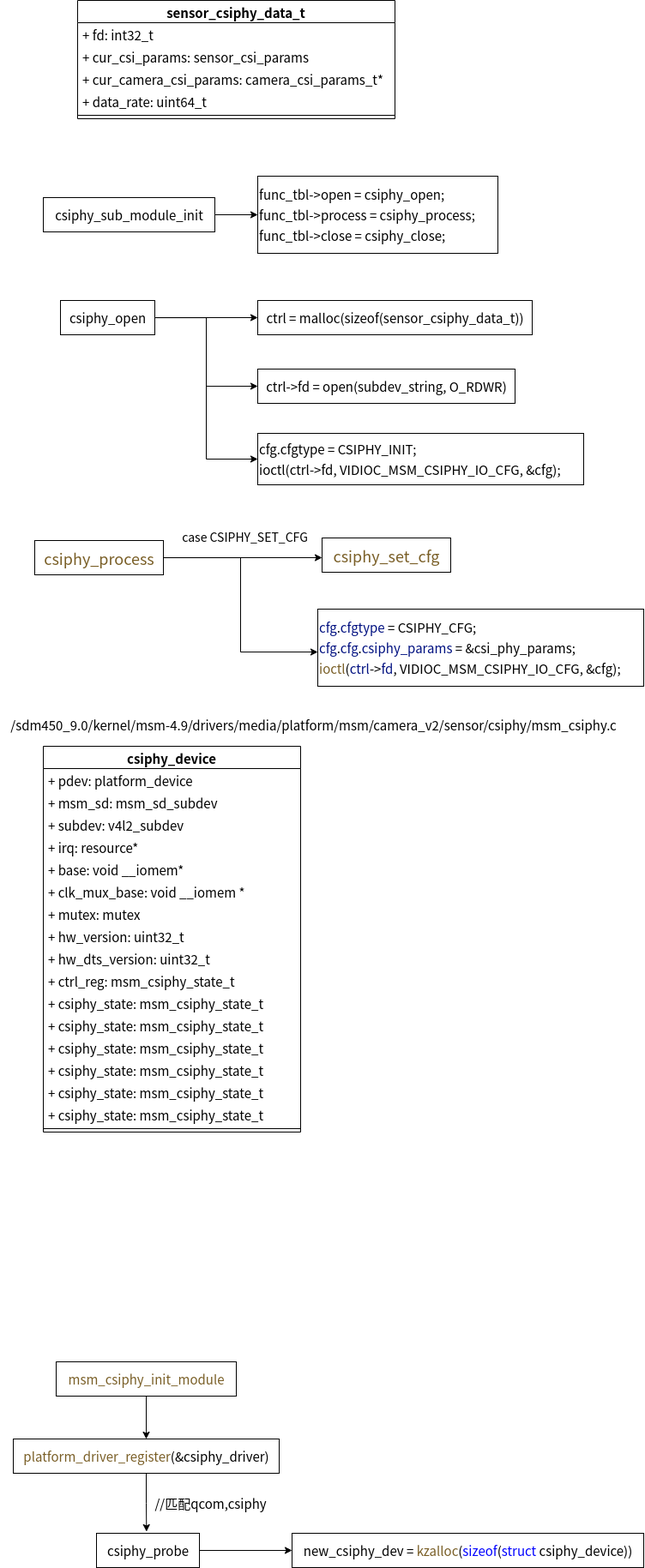
zhangmeizhen/test2 keeps this draw.io diagram as qcom mm-camera csiphy.png. Above is the earlier version. Source tidied: cells renumbered, new cells last; positions are measured from the earlier drawing's top-left corner, leaving out a move shared by most shapes.
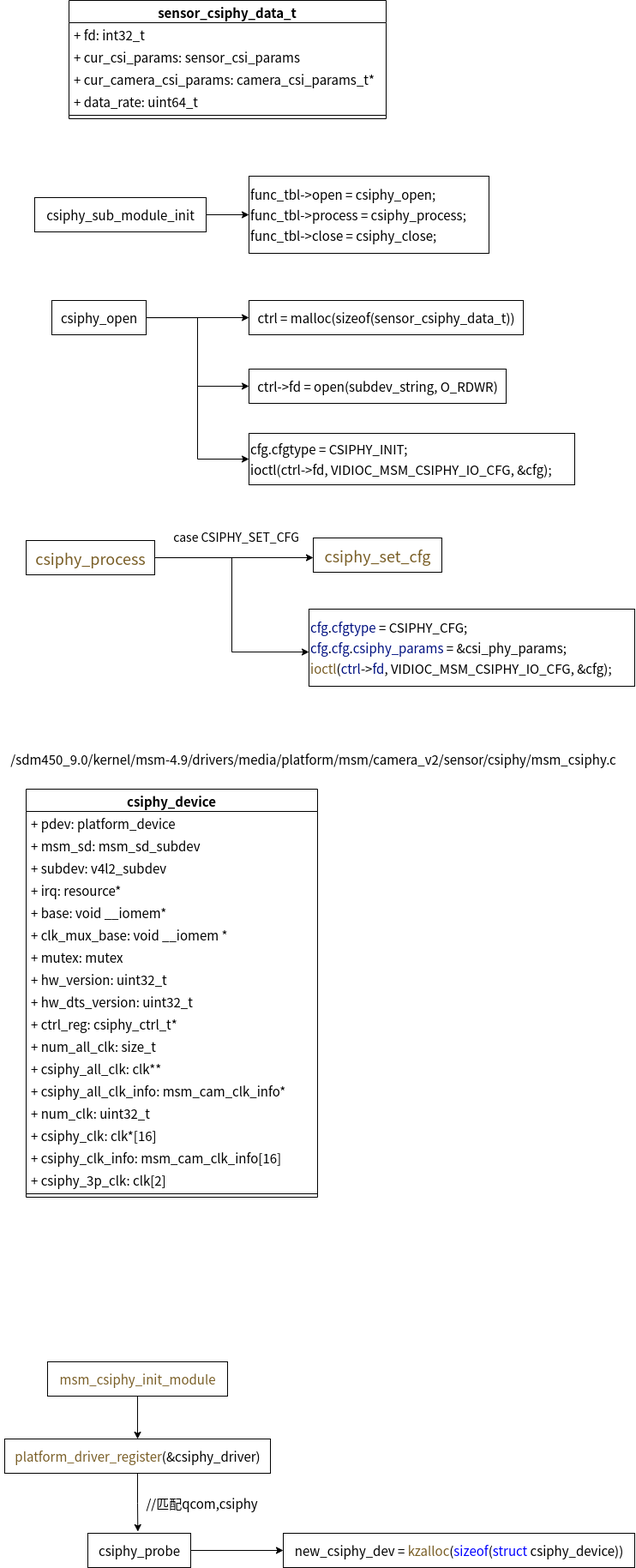
Later version of the same file.

Diff of the diagram source:
```diff
@@ -69,7 +69,7 @@
       <mxGeometry x="370" y="710" width="380" height="90" as="geometry" />
     </mxCell>
     <mxCell id="24" value="/sdm450_9.0/kernel/msm-4.9/drivers/media/platform/msm/camera_v2/sensor/csiphy/msm_csiphy.c" style="text;html=1;align=center;verticalAlign=middle;strokeColor=none;fillColor=none;fontSize=15;fontColor=#000000;" parent="1" vertex="1">
-      <mxGeometry y="830" width="730" height="30" as="geometry" />
+      <mxGeometry x="10" y="870" width="730" height="30" as="geometry" />
     </mxCell>
     <mxCell id="25" style="edgeStyle=orthogonalEdgeStyle;rounded=0;jettySize=auto;html=1;fontSize=15;fontColor=#000000;" parent="1" edge="1" source="26" target="28">
       <mxGeometry relative="1" as="geometry" />
@@ -96,58 +96,61 @@
       <mxGeometry x="340" y="1788" width="410" height="40" as="geometry" />
     </mxCell>
     <mxCell id="33" value="csiphy_device" style="swimlane;fontStyle=1;align=center;verticalAlign=top;horizontal=1;startSize=26;fontSize=15;fontColor=#000000;" parent="1" vertex="1">
-      <mxGeometry x="50" y="870" width="300" height="450" as="geometry" />
+      <mxGeometry x="40" y="920" width="340" height="476" as="geometry" />
     </mxCell>
     <mxCell id="34" value="+ pdev: platform_device" style="text;strokeColor=none;fillColor=none;align=left;verticalAlign=top;spacingLeft=4;spacingRight=4;overflow=hidden;fontSize=15;fontColor=#000000;" parent="33" vertex="1">
-      <mxGeometry y="26" width="300" height="26" as="geometry" />
+      <mxGeometry y="26" width="340" height="26" as="geometry" />
     </mxCell>
     <mxCell id="35" value="+ msm_sd: msm_sd_subdev" style="text;strokeColor=none;fillColor=none;align=left;verticalAlign=top;spacingLeft=4;spacingRight=4;overflow=hidden;fontSize=15;fontColor=#000000;" parent="33" vertex="1">
-      <mxGeometry y="52" width="300" height="26" as="geometry" />
+      <mxGeometry y="52" width="340" height="26" as="geometry" />
     </mxCell>
     <mxCell id="36" value="+ subdev: v4l2_subdev" style="text;strokeColor=none;fillColor=none;align=left;verticalAlign=top;spacingLeft=4;spacingRight=4;overflow=hidden;fontSize=15;fontColor=#000000;" parent="33" vertex="1">
-      <mxGeometry y="78" width="300" height="26" as="geometry" />
+      <mxGeometry y="78" width="340" height="26" as="geometry" />
     </mxCell>
     <mxCell id="37" value="+ irq: resource*" style="text;strokeColor=none;fillColor=none;align=left;verticalAlign=top;spacingLeft=4;spacingRight=4;overflow=hidden;fontSize=15;fontColor=#000000;" parent="33" vertex="1">
-      <mxGeometry y="104" width="300" height="26" as="geometry" />
+      <mxGeometry y="104" width="340" height="26" as="geometry" />
     </mxCell>
     <mxCell id="38" value="+ base: void __iomem*" style="text;strokeColor=none;fillColor=none;align=left;verticalAlign=top;spacingLeft=4;spacingRight=4;overflow=hidden;fontSize=15;fontColor=#000000;" parent="33" vertex="1">
-      <mxGeometry y="130" width="300" height="26" as="geometry" />
+      <mxGeometry y="130" width="340" height="26" as="geometry" />
     </mxCell>
     <mxCell id="39" value="+ clk_mux_base: void __iomem *" style="text;strokeColor=none;fillColor=none;align=left;verticalAlign=top;spacingLeft=4;spacingRight=4;overflow=hidden;fontSize=15;fontColor=#000000;" parent="33" vertex="1">
-      <mxGeometry y="156" width="300" height="26" as="geometry" />
+      <mxGeometry y="156" width="340" height="26" as="geometry" />
     </mxCell>
     <mxCell id="40" value="+ mutex: mutex" style="text;strokeColor=none;fillColor=none;align=left;verticalAlign=top;spacingLeft=4;spacingRight=4;overflow=hidden;fontSize=15;fontColor=#000000;" parent="33" vertex="1">
-      <mxGeometry y="182" width="300" height="26" as="geometry" />
+      <mxGeometry y="182" width="340" height="26" as="geometry" />
     </mxCell>
     <mxCell id="41" value="+ hw_version: uint32_t" style="text;strokeColor=none;fillColor=none;align=left;verticalAlign=top;spacingLeft=4;spacingRight=4;overflow=hidden;fontSize=15;fontColor=#000000;" parent="33" vertex="1">
-      <mxGeometry y="208" width="300" height="26" as="geometry" />
+      <mxGeometry y="208" width="340" height="26" as="geometry" />
     </mxCell>
     <mxCell id="42" value="+ hw_dts_version: uint32_t" style="text;strokeColor=none;fillColor=none;align=left;verticalAlign=top;spacingLeft=4;spacingRight=4;overflow=hidden;fontSize=15;fontColor=#000000;" parent="33" vertex="1">
-      <mxGeometry y="234" width="300" height="26" as="geometry" />
+      <mxGeometry y="234" width="340" height="26" as="geometry" />
     </mxCell>
-    <mxCell id="43" value="+ ctrl_reg: msm_csiphy_state_t" style="text;strokeColor=none;fillColor=none;align=left;verticalAlign=top;spacingLeft=4;spacingRight=4;overflow=hidden;fontSize=15;fontColor=#000000;" parent="33" vertex="1">
-      <mxGeometry y="260" width="300" height="26" as="geometry" />
+    <mxCell id="43" value="+ ctrl_reg: csiphy_ctrl_t*" style="text;strokeColor=none;fillColor=none;align=left;verticalAlign=top;spacingLeft=4;spacingRight=4;overflow=hidden;fontSize=15;fontColor=#000000;" parent="33" vertex="1">
+      <mxGeometry y="260" width="340" height="26" as="geometry" />
     </mxCell>
-    <mxCell id="44" value="+ csiphy_state: msm_csiphy_state_t" style="text;strokeColor=none;fillColor=none;align=left;verticalAlign=top;spacingLeft=4;spacingRight=4;overflow=hidden;fontSize=15;fontColor=#000000;" parent="33" vertex="1">
-      <mxGeometry y="286" width="300" height="26" as="geometry" />
+    <mxCell id="44" value="+ num_all_clk: size_t" style="text;strokeColor=none;fillColor=none;align=left;verticalAlign=top;spacingLeft=4;spacingRight=4;overflow=hidden;fontSize=15;fontColor=#000000;" parent="33" vertex="1">
+      <mxGeometry y="286" width="340" height="26" as="geometry" />
     </mxCell>
-    <mxCell id="45" value="+ csiphy_state: msm_csiphy_state_t" style="text;strokeColor=none;fillColor=none;align=left;verticalAlign=top;spacingLeft=4;spacingRight=4;overflow=hidden;fontSize=15;fontColor=#000000;" parent="33" vertex="1">
-      <mxGeometry y="312" width="300" height="26" as="geometry" />
+    <mxCell id="45" value="+ csiphy_all_clk: clk**" style="text;strokeColor=none;fillColor=none;align=left;verticalAlign=top;spacingLeft=4;spacingRight=4;overflow=hidden;fontSize=15;fontColor=#000000;" parent="33" vertex="1">
+      <mxGeometry y="312" width="340" height="26" as="geometry" />
     </mxCell>
-    <mxCell id="46" value="+ csiphy_state: msm_csiphy_state_t" style="text;strokeColor=none;fillColor=none;align=left;verticalAlign=top;spacingLeft=4;spacingRight=4;overflow=hidden;fontSize=15;fontColor=#000000;" parent="33" vertex="1">
-      <mxGeometry y="338" width="300" height="26" as="geometry" />
+    <mxCell id="46" value="+ csiphy_all_clk_info: msm_cam_clk_info*" style="text;strokeColor=none;fillColor=none;align=left;verticalAlign=top;spacingLeft=4;spacingRight=4;overflow=hidden;fontSize=15;fontColor=#000000;" parent="33" vertex="1">
+      <mxGeometry y="338" width="340" height="26" as="geometry" />
     </mxCell>
-    <mxCell id="47" value="+ csiphy_state: msm_csiphy_state_t" style="text;strokeColor=none;fillColor=none;align=left;verticalAlign=top;spacingLeft=4;spacingRight=4;overflow=hidden;fontSize=15;fontColor=#000000;" parent="33" vertex="1">
-      <mxGeometry y="364" width="300" height="26" as="geometry" />
+    <mxCell id="47" value="+ num_clk: uint32_t" style="text;strokeColor=none;fillColor=none;align=left;verticalAlign=top;spacingLeft=4;spacingRight=4;overflow=hidden;fontSize=15;fontColor=#000000;" parent="33" vertex="1">
+      <mxGeometry y="364" width="340" height="26" as="geometry" />
     </mxCell>
-    <mxCell id="48" value="+ csiphy_state: msm_csiphy_state_t" style="text;strokeColor=none;fillColor=none;align=left;verticalAlign=top;spacingLeft=4;spacingRight=4;overflow=hidden;fontSize=15;fontColor=#000000;" parent="33" vertex="1">
-      <mxGeometry y="390" width="300" height="26" as="geometry" />
+    <mxCell id="48" value="+ csiphy_clk: clk*[16]" style="text;strokeColor=none;fillColor=none;align=left;verticalAlign=top;spacingLeft=4;spacingRight=4;overflow=hidden;fontSize=15;fontColor=#000000;" parent="33" vertex="1">
+      <mxGeometry y="390" width="340" height="26" as="geometry" />
     </mxCell>
-    <mxCell id="49" value="+ csiphy_state: msm_csiphy_state_t" style="text;strokeColor=none;fillColor=none;align=left;verticalAlign=top;spacingLeft=4;spacingRight=4;overflow=hidden;fontSize=15;fontColor=#000000;" parent="33" vertex="1">
-      <mxGeometry y="416" width="300" height="26" as="geometry" />
+    <mxCell id="49" value="+ csiphy_clk_info: msm_cam_clk_info[16]" style="text;strokeColor=none;fillColor=none;align=left;verticalAlign=top;spacingLeft=4;spacingRight=4;overflow=hidden;fontSize=15;fontColor=#000000;" parent="33" vertex="1">
+      <mxGeometry y="416" width="340" height="26" as="geometry" />
     </mxCell>
+    <mxCell id="51" value="+ csiphy_3p_clk: clk[2]" style="text;strokeColor=none;fillColor=none;align=left;verticalAlign=top;spacingLeft=4;spacingRight=4;overflow=hidden;fontSize=15;fontColor=#000000;" parent="33" vertex="1">
+      <mxGeometry y="442" width="340" height="26" as="geometry" />
+    </mxCell>
     <mxCell id="50" style="line;strokeWidth=1;fillColor=none;align=left;verticalAlign=middle;spacingTop=-1;spacingLeft=3;spacingRight=3;labelPosition=right;fontSize=15;fontColor=#000000;" parent="33" vertex="1">
-      <mxGeometry y="442" width="300" height="8" as="geometry" />
+      <mxGeometry y="468" width="340" height="8" as="geometry" />
     </mxCell>
   </root>
 </mxGraphModel>
```
